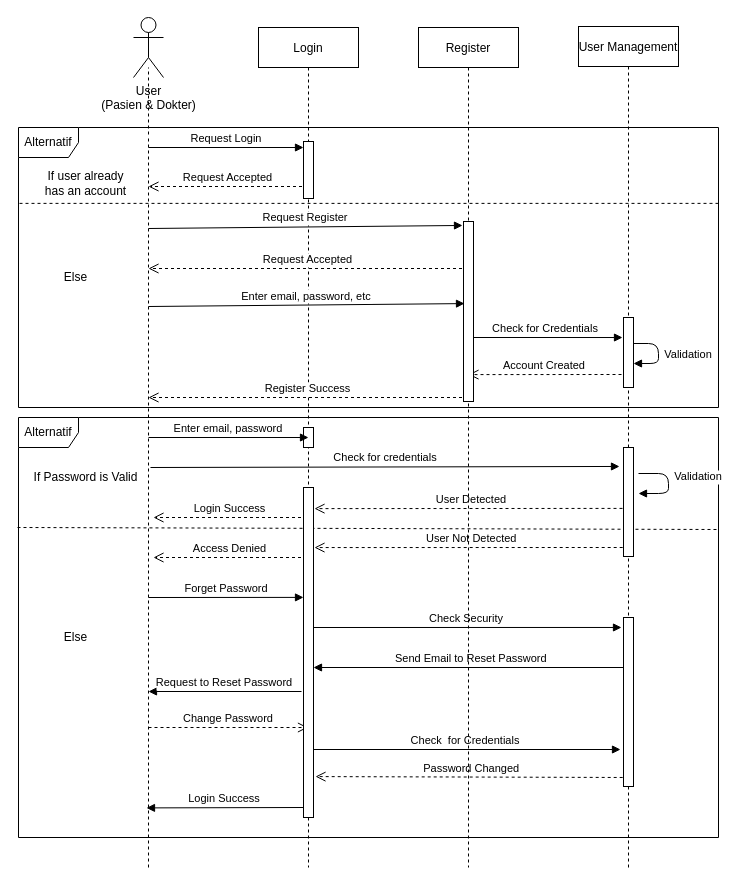
Above: page "Page-1" (1 of 3) of Sequence Diagram.drawio in WidadAbida/Praktikum-PPL (draw.io), before the change. Source tidied: cells renumbered, new cells numbered last; positions are measured from the earlier drawing's top-left corner, leaving out a move shared by most shapes. Both pictures are drawn from the tidied source at 100%, with x=0, y=0 at pixel (17, 17).
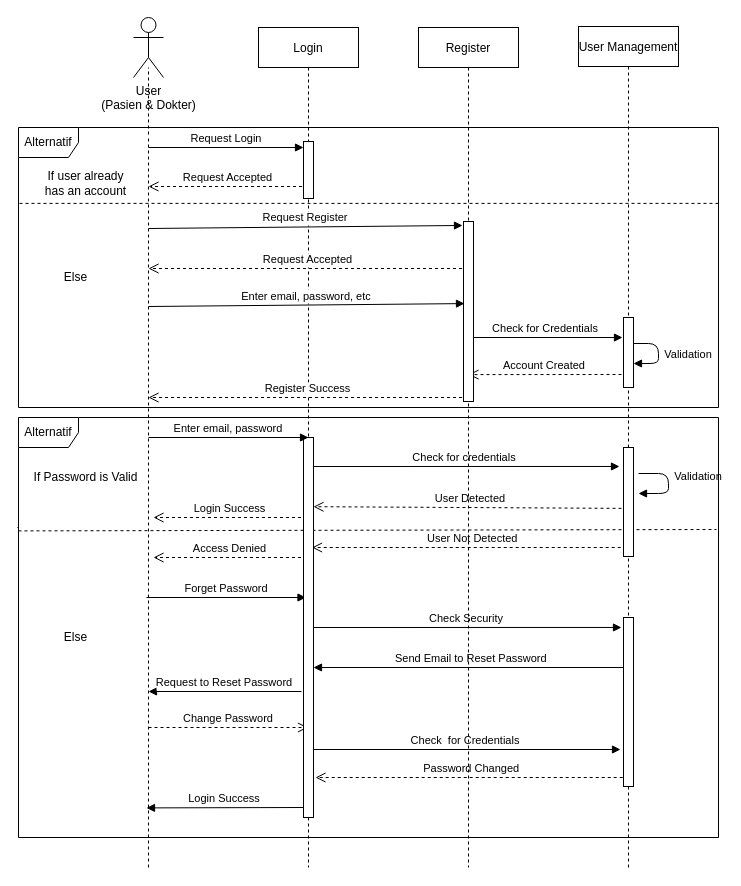
Above is the later version.

Unchanged cells that the change refers to:
```xml
<mxCell id="14" value="Login" style="shape=umlLifeline;perimeter=lifelinePerimeter;rounded=0;shadow=0;strokeWidth=1;" parent="1" vertex="1">
  <mxGeometry x="241" y="10" width="100" height="840" as="geometry" />
</mxCell>
<mxCell id="46" style="points=[];perimeter=orthogonalPerimeter;rounded=0;shadow=0;strokeWidth=1;" parent="42" vertex="1">
  <mxGeometry x="45" y="421" width="10" height="109" as="geometry" />
</mxCell>
```

What changed in the source:
```diff
@@
+    <mxCell id="29" value="Check for credentials" style="verticalAlign=bottom;endArrow=block;shadow=0;strokeWidth=1;entryX=-0.4;entryY=0.174;entryDx=0;entryDy=0;entryPerimeter=0;" parent="1" edge="1" target="46">
+      <mxGeometry relative="1" as="geometry">
+        <mxPoint x="291" y="449" as="sourcePoint" />
+      </mxGeometry>
+    </mxCell>
@@
-    <mxCell id="3" style="endArrow=none;dashed=1;html=1;exitX=0;exitY=0.27;exitDx=0;exitDy=0;exitPerimeter=0;" parent="1" edge="1">
+    <mxCell id="3" style="endArrow=none;dashed=1;html=1;exitX=0;exitY=0.27;exitDx=0;exitDy=0;exitPerimeter=0;" parent="1" edge="1" source="39">
       <mxGeometry relative="1" as="geometry">
-        <mxPoint y="510" as="sourcePoint" />
         <mxPoint x="699" y="512" as="targetPoint" />
       </mxGeometry>
     </mxCell>
@@
-    <mxCell id="5" value="Password Changed" style="verticalAlign=bottom;endArrow=open;dashed=1;endSize=8;exitX=0.5;exitY=0.49;shadow=0;strokeWidth=1;exitDx=0;exitDy=0;exitPerimeter=0;entryX=1.2;entryY=0.876;entryDx=0;entryDy=0;entryPerimeter=0;" parent="1" edge="1" target="16">
+    <mxCell id="5" value="Password Changed" style="verticalAlign=bottom;endArrow=open;dashed=1;endSize=8;exitX=0.5;exitY=0.49;shadow=0;strokeWidth=1;exitDx=0;exitDy=0;exitPerimeter=0;" parent="1" edge="1">
       <mxGeometry relative="1" as="geometry">
         <mxPoint x="611.2" y="760" as="sourcePoint" />
+        <mxPoint x="298" y="760" as="targetPoint" />
       </mxGeometry>
     </mxCell>
@@
-    <mxCell id="8" value="User Detected" style="verticalAlign=bottom;endArrow=open;dashed=1;endSize=8;exitX=0.5;exitY=0.49;shadow=0;strokeWidth=1;exitDx=0;exitDy=0;exitPerimeter=0;entryX=1.1;entryY=0.064;entryDx=0;entryDy=0;entryPerimeter=0;" parent="1" edge="1" target="16">
+    <mxCell id="8" value="User Detected" style="verticalAlign=bottom;endArrow=open;dashed=1;endSize=8;exitX=0.5;exitY=0.49;shadow=0;strokeWidth=1;exitDx=0;exitDy=0;exitPerimeter=0;entryX=1.1;entryY=0.182;entryDx=0;entryDy=0;entryPerimeter=0;" parent="1" edge="1">
       <mxGeometry relative="1" as="geometry">
-        <mxPoint x="611" y="490.9" as="sourcePoint" />
+        <mxPoint x="610" y="490.9" as="sourcePoint" />
+        <mxPoint x="296" y="489.2" as="targetPoint" />
       </mxGeometry>
     </mxCell>
-    <mxCell id="9" value="User Not Detected" style="verticalAlign=bottom;endArrow=open;dashed=1;endSize=8;exitX=0.5;exitY=0.49;shadow=0;strokeWidth=1;exitDx=0;exitDy=0;exitPerimeter=0;entryX=1.1;entryY=0.182;entryDx=0;entryDy=0;entryPerimeter=0;" parent="1" edge="1" target="16">
+    <mxCell id="9" value="User Not Detected" style="verticalAlign=bottom;endArrow=open;dashed=1;endSize=8;exitX=0.5;exitY=0.49;shadow=0;strokeWidth=1;exitDx=0;exitDy=0;exitPerimeter=0;" parent="1" edge="1">
       <mxGeometry relative="1" as="geometry">
-        <mxPoint x="611.2" y="530" as="sourcePoint" />
+        <mxPoint x="615.2" y="530" as="sourcePoint" />
+        <mxPoint x="294.5" y="530" as="targetPoint" />
       </mxGeometry>
     </mxCell>
@@
-    <mxCell id="11" value="Forget Password" style="verticalAlign=bottom;endArrow=block;entryX=0;entryY=0.333;shadow=0;strokeWidth=1;entryDx=0;entryDy=0;entryPerimeter=0;" parent="1" edge="1" target="16">
+    <mxCell id="11" value="Forget Password" style="verticalAlign=bottom;endArrow=block;shadow=0;strokeWidth=1;" parent="1" edge="1">
       <mxGeometry relative="1" as="geometry">
-        <mxPoint x="131" y="580" as="sourcePoint" />
+        <mxPoint x="129" y="580" as="sourcePoint" />
+        <mxPoint x="288.5" y="580" as="targetPoint" />
       </mxGeometry>
     </mxCell>
@@
-    <mxCell id="15" style="perimeter=orthogonalPerimeter;rounded=0;shadow=0;strokeWidth=1;" parent="14" vertex="1">
-      <mxGeometry x="45" y="400" width="10" height="20" as="geometry" />
-    </mxCell>
     <mxCell id="16" style="points=[];perimeter=orthogonalPerimeter;rounded=0;shadow=0;strokeWidth=1;" parent="14" vertex="1">
-      <mxGeometry x="45" y="460" width="10" height="330" as="geometry" />
+      <mxGeometry x="45" y="410" width="10" height="380" as="geometry" />
     </mxCell>
@@
-    <mxCell id="29" value="Check for credentials" style="verticalAlign=bottom;endArrow=block;shadow=0;strokeWidth=1;exitX=0.9;exitY=0.468;exitDx=0;exitDy=0;exitPerimeter=0;entryX=-0.4;entryY=0.174;entryDx=0;entryDy=0;entryPerimeter=0;" parent="1" edge="1" target="46">
-      <mxGeometry relative="1" as="geometry">
-        <mxPoint x="133" y="450" as="sourcePoint" />
-      </mxGeometry>
-    </mxCell>
@@
-    <mxCell id="39" value="Alternatif" style="shape=umlFrame;whiteSpace=wrap;html=1;" parent="1" vertex="1">
-      <mxGeometry x="1" y="400" width="700" height="420" as="geometry" />
-    </mxCell>
@@
+    <mxCell id="39" value="Alternatif" style="shape=umlFrame;whiteSpace=wrap;html=1;" parent="1" vertex="1">
+      <mxGeometry x="1" y="400" width="700" height="420" as="geometry" />
+    </mxCell>
+    <mxCell id="47" style="endArrow=none;dashed=1;html=1;exitX=0;exitY=0.27;exitDx=0;exitDy=0;exitPerimeter=0;" parent="1" edge="1" target="39">
+      <mxGeometry relative="1" as="geometry">
+        <mxPoint y="510" as="sourcePoint" />
+      </mxGeometry>
+    </mxCell>
```
